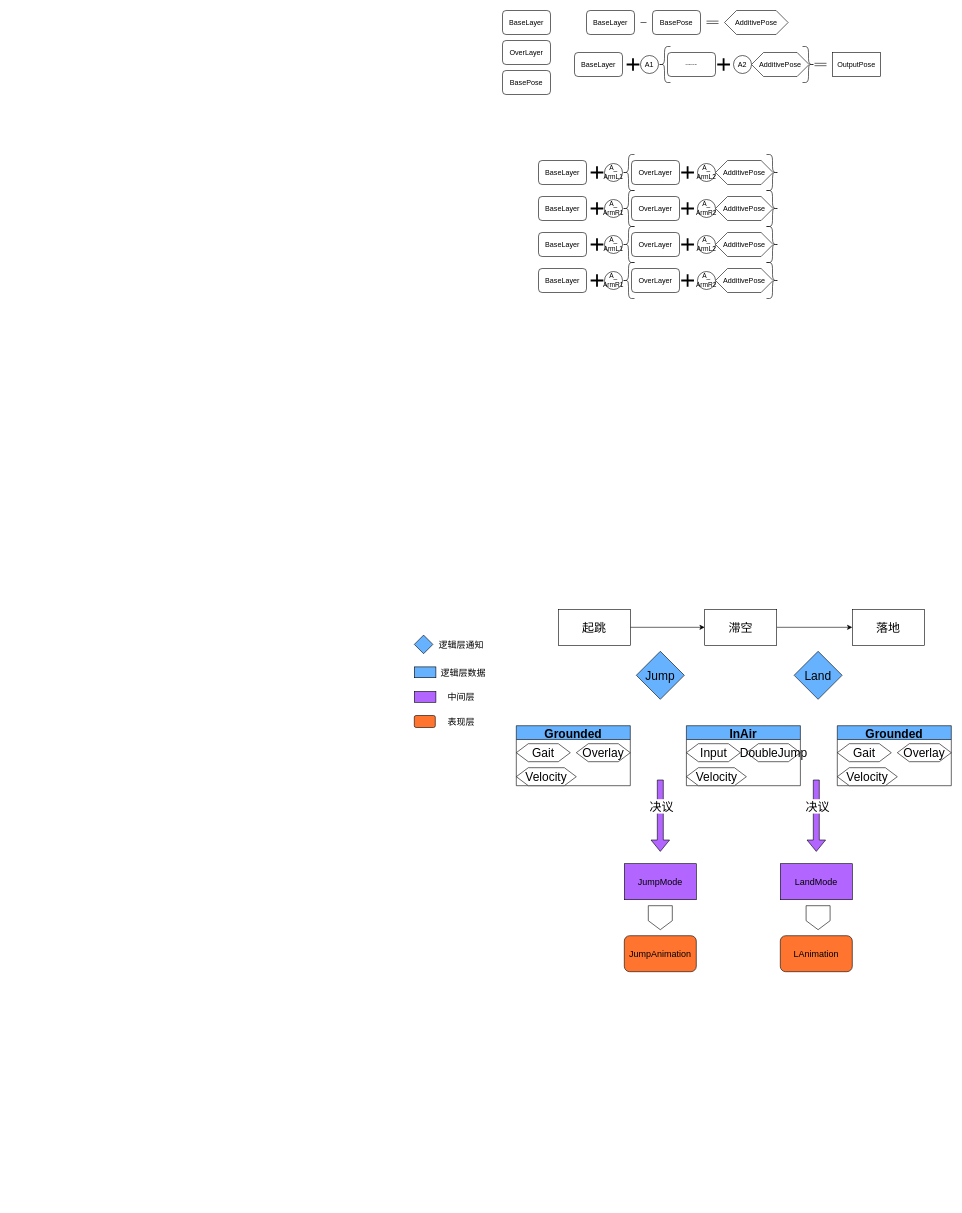
Before: Untitled Diagram.drawio in lruoheng/lqbz, a draw.io diagram. Source tidied: cells renumbered, new cells numbered last; positions are measured from the earlier drawing's top-left corner, leaving out a move shared by most shapes. Both pictures are drawn from the tidied source at 60%, with x=0, y=0 at pixel (414, 10).
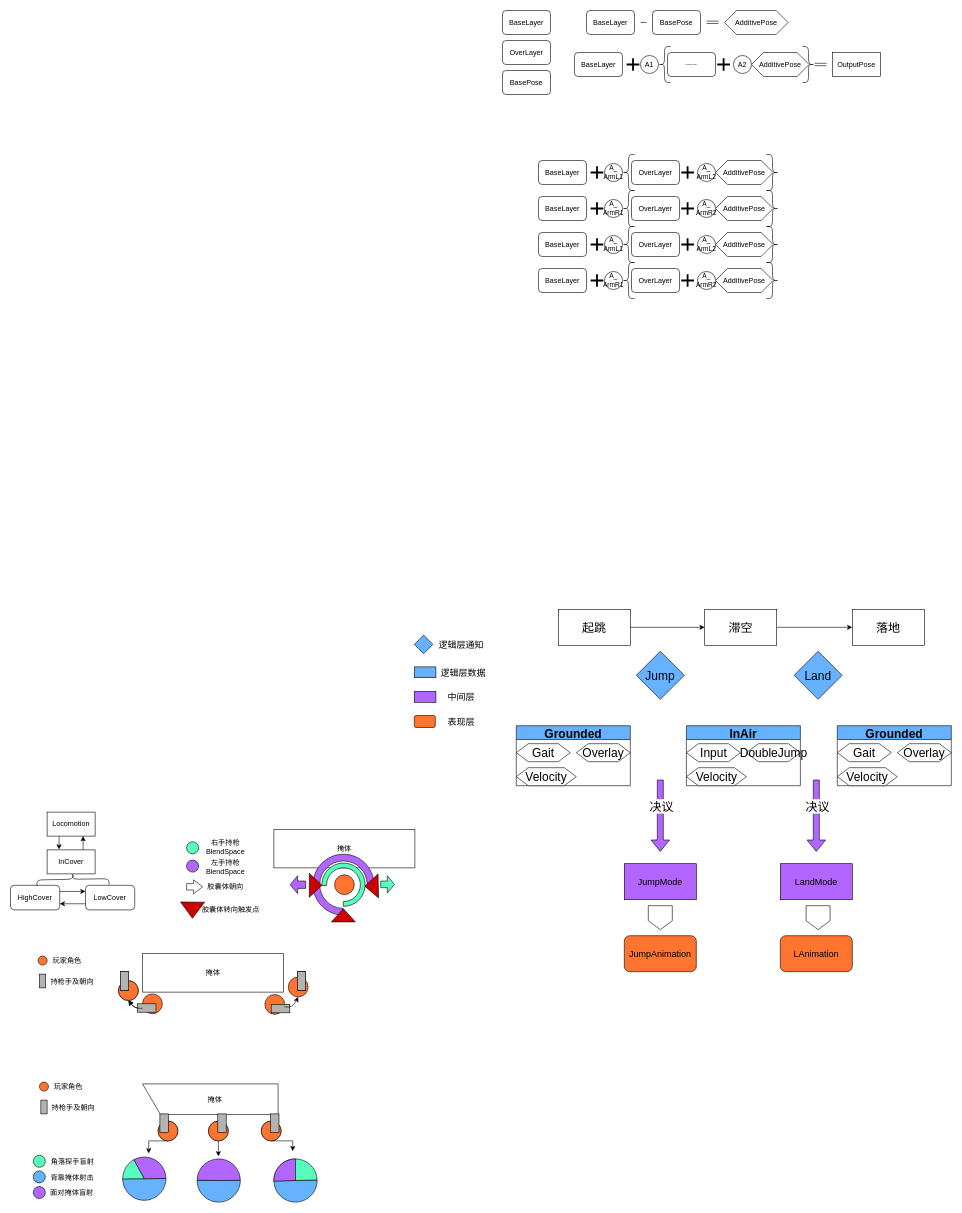
After the change.

The edit, as a diff of the source:
```diff
@@
+    <mxCell id="94" style="shape=manualInput;whiteSpace=wrap;html=1;fillColor=#FFFFFF;rotation=-90;verticalAlign=middle;horizontal=1;" parent="1" vertex="1">
+      <mxGeometry x="-365.5" y="1701.5" width="51" height="226" as="geometry" />
+    </mxCell>
@@
+    <mxCell id="95" style="edgeStyle=orthogonalEdgeStyle;rounded=0;jettySize=auto;html=1;exitX=0.25;exitY=1;exitDx=0;exitDy=0;" parent="1" edge="1" source="96">
+      <mxGeometry relative="1" as="geometry">
+        <mxPoint x="-592.1" y="1398.3" as="targetPoint" />
+      </mxGeometry>
+    </mxCell>
+    <mxCell id="96" value="Locomotion" style="rounded=0;whiteSpace=wrap;html=1;" parent="1" vertex="1">
+      <mxGeometry x="-612" y="1336" width="80" height="40" as="geometry" />
+    </mxCell>
+    <mxCell id="97" style="edgeStyle=orthogonalEdgeStyle;rounded=0;jettySize=auto;html=1;exitX=0.75;exitY=0;exitDx=0;exitDy=0;entryX=0.75;entryY=1;entryDx=0;entryDy=0;" parent="1" edge="1" source="98" target="96">
+      <mxGeometry relative="1" as="geometry" />
+    </mxCell>
+    <mxCell id="98" value="InCover" style="rounded=0;whiteSpace=wrap;html=1;" parent="1" vertex="1">
+      <mxGeometry x="-612" y="1399" width="80" height="40" as="geometry" />
+    </mxCell>
+    <mxCell id="99" style="edgeStyle=orthogonalEdgeStyle;rounded=0;jettySize=auto;html=1;exitX=1;exitY=0.25;exitDx=0;exitDy=0;entryX=0;entryY=0.25;entryDx=0;entryDy=0;" parent="1" edge="1" source="100" target="102">
+      <mxGeometry relative="1" as="geometry" />
+    </mxCell>
+    <mxCell id="100" value="HighCover" style="rounded=1;whiteSpace=wrap;html=1;" parent="1" vertex="1">
+      <mxGeometry x="-673" y="1458" width="82" height="41" as="geometry" />
+    </mxCell>
+    <mxCell id="101" style="edgeStyle=orthogonalEdgeStyle;rounded=0;jettySize=auto;html=1;exitX=0;exitY=0.75;exitDx=0;exitDy=0;entryX=1;entryY=0.75;entryDx=0;entryDy=0;" parent="1" edge="1" source="102" target="100">
+      <mxGeometry relative="1" as="geometry" />
+    </mxCell>
+    <mxCell id="102" value="LowCover" style="rounded=1;whiteSpace=wrap;html=1;" parent="1" vertex="1">
+      <mxGeometry x="-548" y="1458" width="82" height="41" as="geometry" />
+    </mxCell>
+    <mxCell id="103" style="shape=curlyBracket;whiteSpace=wrap;html=1;rounded=1;flipH=1;rotation=-91;" parent="1" vertex="1">
+      <mxGeometry x="-579" y="1388" width="20" height="120" as="geometry" />
+    </mxCell>
+    <mxCell id="104" value="掩体" style="rounded=0;whiteSpace=wrap;html=1;" parent="1" vertex="1">
+      <mxGeometry x="-453" y="1572" width="235" height="64" as="geometry" />
+    </mxCell>
+    <mxCell id="105" style="ellipse;whiteSpace=wrap;html=1;fillColor=#FF742E;" parent="1" vertex="1">
+      <mxGeometry x="-453" y="1639" width="33" height="33" as="geometry" />
+    </mxCell>
+    <mxCell id="106" style="ellipse;whiteSpace=wrap;html=1;" parent="1" vertex="1">
+      <mxGeometry x="-493" y="1617" width="33" height="33" as="geometry" />
+    </mxCell>
+    <mxCell id="107" style="curved=1;endArrow=classic;html=1;rounded=0;exitX=0.009;exitY=0.721;exitDx=0;exitDy=0;entryX=0.5;entryY=1;entryDx=0;entryDy=0;exitPerimeter=0;" parent="1" edge="1" source="105" target="106">
+      <mxGeometry relative="1" as="geometry">
+        <Array as="points">
+          <mxPoint x="-465" y="1665" />
+        </Array>
+      </mxGeometry>
+    </mxCell>
+    <mxCell id="108" style="ellipse;whiteSpace=wrap;html=1;fillColor=#FF742E;" parent="1" vertex="1">
+      <mxGeometry x="-493" y="1617" width="33" height="33" as="geometry" />
+    </mxCell>
+    <mxCell id="109" style="ellipse;whiteSpace=wrap;html=1;fillColor=#FF742E;" parent="1" vertex="1">
+      <mxGeometry x="-210" y="1611" width="33" height="33" as="geometry" />
+    </mxCell>
+    <mxCell id="110" style="ellipse;whiteSpace=wrap;html=1;fillColor=#FF742E;" parent="1" vertex="1">
+      <mxGeometry x="-249" y="1640" width="33" height="33" as="geometry" />
+    </mxCell>
+    <mxCell id="111" style="rounded=0;whiteSpace=wrap;html=1;" parent="1" vertex="1">
+      <mxGeometry x="-490" y="1602" width="14" height="31" as="geometry" />
+    </mxCell>
+    <mxCell id="112" style="rounded=0;whiteSpace=wrap;html=1;rotation=-90;fillColor=#B3B3B3;" parent="1" vertex="1">
+      <mxGeometry x="-453" y="1647" width="14" height="31" as="geometry" />
+    </mxCell>
+    <mxCell id="113" style="curved=1;endArrow=classic;html=1;rounded=0;exitX=0.009;exitY=0.721;exitDx=0;exitDy=0;entryX=0.5;entryY=1;entryDx=0;entryDy=0;exitPerimeter=0;" parent="1" edge="1" target="108">
+      <mxGeometry relative="1" as="geometry">
+        <mxPoint x="-452.7" y="1662.8" as="sourcePoint" />
+        <Array as="points">
+          <mxPoint x="-465" y="1665" />
+        </Array>
+      </mxGeometry>
+    </mxCell>
+    <mxCell id="114" style="rounded=0;whiteSpace=wrap;html=1;fillColor=#B3B3B3;" parent="1" vertex="1">
+      <mxGeometry x="-490" y="1602" width="14" height="31" as="geometry" />
+    </mxCell>
+    <mxCell id="115" style="rounded=0;whiteSpace=wrap;html=1;fillColor=#B3B3B3;" parent="1" vertex="1">
+      <mxGeometry x="-195" y="1602" width="14" height="31" as="geometry" />
+    </mxCell>
+    <mxCell id="116" style="rounded=0;whiteSpace=wrap;html=1;rotation=90;fillColor=#B3B3B3;" parent="1" vertex="1">
+      <mxGeometry x="-230" y="1648" width="14" height="31" as="geometry" />
+    </mxCell>
+    <mxCell id="117" style="curved=1;endArrow=classic;html=1;rounded=0;entryX=0.5;entryY=1;entryDx=0;entryDy=0;" parent="1" edge="1" source="110" target="109">
+      <mxGeometry relative="1" as="geometry">
+        <Array as="points">
+          <mxPoint x="-203" y="1664" />
+        </Array>
+      </mxGeometry>
+    </mxCell>
+    <mxCell id="118" style="ellipse;whiteSpace=wrap;html=1;fillColor=#FF742E;" parent="1" vertex="1">
+      <mxGeometry x="-627" y="1576" width="15" height="15" as="geometry" />
+    </mxCell>
+    <mxCell id="119" value="玩家角色" style="text;html=1;strokeColor=none;fillColor=none;align=center;verticalAlign=middle;whiteSpace=wrap;rounded=0;" parent="1" vertex="1">
+      <mxGeometry x="-612" y="1574" width="67" height="19" as="geometry" />
+    </mxCell>
+    <mxCell id="120" style="rounded=0;whiteSpace=wrap;html=1;fillColor=#B3B3B3;" parent="1" vertex="1">
+      <mxGeometry x="-624.7" y="1606" width="10.4" height="23" as="geometry" />
+    </mxCell>
+    <mxCell id="121" value="持枪手及朝向" style="text;html=1;strokeColor=none;fillColor=none;align=center;verticalAlign=middle;whiteSpace=wrap;rounded=0;" parent="1" vertex="1">
+      <mxGeometry x="-612" y="1609" width="84" height="19" as="geometry" />
+    </mxCell>
+    <mxCell id="122" style="ellipse;whiteSpace=wrap;html=1;" parent="1" vertex="1">
+      <mxGeometry x="-255" y="1851" width="33" height="33" as="geometry" />
+    </mxCell>
+    <mxCell id="123" style="edgeStyle=orthogonalEdgeStyle;rounded=0;jettySize=auto;html=1;exitX=0.5;exitY=1;exitDx=0;exitDy=0;" parent="1" edge="1" source="124">
+      <mxGeometry relative="1" as="geometry">
+        <mxPoint x="-202.6" y="1901.1" as="targetPoint" />
+      </mxGeometry>
+    </mxCell>
+    <mxCell id="124" style="ellipse;whiteSpace=wrap;html=1;fillColor=#FF742E;" parent="1" vertex="1">
+      <mxGeometry x="-255" y="1851" width="33" height="33" as="geometry" />
+    </mxCell>
+    <mxCell id="125" style="rounded=0;whiteSpace=wrap;html=1;fillColor=#B3B3B3;" parent="1" vertex="1">
+      <mxGeometry x="-239.5" y="1839" width="14" height="31" as="geometry" />
+    </mxCell>
+    <mxCell id="126" value="掩体" style="text;html=1;strokeColor=none;fillColor=none;align=center;verticalAlign=middle;whiteSpace=wrap;rounded=0;" parent="1" vertex="1">
+      <mxGeometry x="-362" y="1799.5" width="60" height="30" as="geometry" />
+    </mxCell>
+    <mxCell id="127" style="ellipse;whiteSpace=wrap;html=1;" parent="1" vertex="1">
+      <mxGeometry x="-343" y="1851" width="33" height="33" as="geometry" />
+    </mxCell>
+    <mxCell id="128" style="edgeStyle=orthogonalEdgeStyle;rounded=0;jettySize=auto;html=1;exitX=0.5;exitY=1;exitDx=0;exitDy=0;" parent="1" edge="1" source="129">
+      <mxGeometry relative="1" as="geometry">
+        <mxPoint x="-326.5" y="1909.8" as="targetPoint" />
+      </mxGeometry>
+    </mxCell>
+    <mxCell id="129" style="ellipse;whiteSpace=wrap;html=1;fillColor=#FF742E;" parent="1" vertex="1">
+      <mxGeometry x="-343" y="1851" width="33" height="33" as="geometry" />
+    </mxCell>
+    <mxCell id="130" style="rounded=0;whiteSpace=wrap;html=1;fillColor=#B3B3B3;" parent="1" vertex="1">
+      <mxGeometry x="-327.5" y="1839" width="14" height="31" as="geometry" />
+    </mxCell>
+    <mxCell id="131" style="ellipse;whiteSpace=wrap;html=1;" parent="1" vertex="1">
+      <mxGeometry x="-427" y="1851" width="33" height="33" as="geometry" />
+    </mxCell>
+    <mxCell id="132" style="edgeStyle=orthogonalEdgeStyle;rounded=0;jettySize=auto;html=1;exitX=0.5;exitY=1;exitDx=0;exitDy=0;" parent="1" edge="1" source="133">
+      <mxGeometry relative="1" as="geometry">
+        <mxPoint x="-442.6" y="1904.7" as="targetPoint" />
+      </mxGeometry>
+    </mxCell>
+    <mxCell id="133" style="ellipse;whiteSpace=wrap;html=1;fillColor=#FF742E;" parent="1" vertex="1">
+      <mxGeometry x="-427" y="1851" width="33" height="33" as="geometry" />
+    </mxCell>
+    <mxCell id="134" style="rounded=0;whiteSpace=wrap;html=1;fillColor=#B3B3B3;" parent="1" vertex="1">
+      <mxGeometry x="-424" y="1839" width="14" height="31" as="geometry" />
+    </mxCell>
+    <mxCell id="135" style="verticalLabelPosition=bottom;verticalAlign=top;html=1;shape=mxgraph.basic.pie;startAngle=0.24825111497663815;endAngle=0.75;fillColor=#66B2FF;" parent="1" vertex="1">
+      <mxGeometry x="-486" y="1911" width="72" height="72" as="geometry" />
+    </mxCell>
+    <mxCell id="136" style="verticalLabelPosition=bottom;verticalAlign=top;html=1;shape=mxgraph.basic.pie;startAngle=0.7482701230910935;endAngle=0.9222301462187704;fillColor=#57FFBC;" parent="1" vertex="1">
+      <mxGeometry x="-486" y="1911" width="72" height="72" as="geometry" />
+    </mxCell>
+    <mxCell id="137" style="verticalLabelPosition=bottom;verticalAlign=top;html=1;shape=mxgraph.basic.pie;startAngle=0.9201191086186044;endAngle=0.2484085036175459;fillColor=#B266FF;" parent="1" vertex="1">
+      <mxGeometry x="-486" y="1911" width="72" height="72" as="geometry" />
+    </mxCell>
+    <mxCell id="138" style="verticalLabelPosition=bottom;verticalAlign=top;html=1;shape=mxgraph.basic.pie;startAngle=0.24825111497663815;endAngle=0.75;fillColor=#66B2FF;" parent="1" vertex="1">
+      <mxGeometry x="-362" y="1914" width="72" height="72" as="geometry" />
+    </mxCell>
+    <mxCell id="139" style="verticalLabelPosition=bottom;verticalAlign=top;html=1;shape=mxgraph.basic.pie;startAngle=0.7516075710155771;endAngle=0.2484085036175459;fillColor=#B266FF;" parent="1" vertex="1">
+      <mxGeometry x="-362" y="1914" width="72" height="72" as="geometry" />
+    </mxCell>
+    <mxCell id="140" style="verticalLabelPosition=bottom;verticalAlign=top;html=1;shape=mxgraph.basic.pie;startAngle=0.24825111497663815;endAngle=0.75;fillColor=#66B2FF;" parent="1" vertex="1">
+      <mxGeometry x="-234" y="1914" width="72" height="72" as="geometry" />
+    </mxCell>
+    <mxCell id="141" style="verticalLabelPosition=bottom;verticalAlign=top;html=1;shape=mxgraph.basic.pie;startAngle=0.7482701230910935;endAngle=0.24638346479839202;fillColor=#57FFBC;" parent="1" vertex="1">
+      <mxGeometry x="-234" y="1914" width="72" height="72" as="geometry" />
+    </mxCell>
+    <mxCell id="142" style="verticalLabelPosition=bottom;verticalAlign=top;html=1;shape=mxgraph.basic.pie;startAngle=0.7446372571078694;endAngle=0;fillColor=#B266FF;" parent="1" vertex="1">
+      <mxGeometry x="-234" y="1914" width="72" height="72" as="geometry" />
+    </mxCell>
+    <mxCell id="143" style="ellipse;whiteSpace=wrap;html=1;fillColor=#FF742E;" parent="1" vertex="1">
+      <mxGeometry x="-624.7" y="1786" width="15" height="15" as="geometry" />
+    </mxCell>
+    <mxCell id="144" value="玩家角色" style="text;html=1;strokeColor=none;fillColor=none;align=center;verticalAlign=middle;whiteSpace=wrap;rounded=0;" parent="1" vertex="1">
+      <mxGeometry x="-609.7" y="1784" width="67" height="19" as="geometry" />
+    </mxCell>
+    <mxCell id="145" style="rounded=0;whiteSpace=wrap;html=1;fillColor=#B3B3B3;" parent="1" vertex="1">
+      <mxGeometry x="-622.4" y="1816" width="10.4" height="23" as="geometry" />
+    </mxCell>
+    <mxCell id="146" value="持枪手及朝向" style="text;html=1;strokeColor=none;fillColor=none;align=center;verticalAlign=middle;whiteSpace=wrap;rounded=0;" parent="1" vertex="1">
+      <mxGeometry x="-609.7" y="1819" width="84" height="19" as="geometry" />
+    </mxCell>
+    <mxCell id="147" style="ellipse;whiteSpace=wrap;html=1;fillColor=#57FFBC;" parent="1" vertex="1">
+      <mxGeometry x="-635" y="1908" width="20" height="20" as="geometry" />
+    </mxCell>
+    <mxCell id="148" value="角落探手盲射" style="text;html=1;strokeColor=none;fillColor=none;align=center;verticalAlign=middle;whiteSpace=wrap;rounded=0;" parent="1" vertex="1">
+      <mxGeometry x="-612.5" y="1909" width="84.5" height="19" as="geometry" />
+    </mxCell>
+    <mxCell id="149" style="ellipse;whiteSpace=wrap;html=1;fillColor=#66B2FF;" parent="1" vertex="1">
+      <mxGeometry x="-635" y="1934" width="20" height="20" as="geometry" />
+    </mxCell>
+    <mxCell id="150" value="背靠掩体射击" style="text;html=1;strokeColor=none;fillColor=none;align=center;verticalAlign=middle;whiteSpace=wrap;rounded=0;" parent="1" vertex="1">
+      <mxGeometry x="-612.5" y="1935" width="83.5" height="19" as="geometry" />
+    </mxCell>
+    <mxCell id="151" style="ellipse;whiteSpace=wrap;html=1;fillColor=#B266FF;" parent="1" vertex="1">
+      <mxGeometry x="-635" y="1960" width="20" height="20" as="geometry" />
+    </mxCell>
+    <mxCell id="152" value="面对掩体盲射" style="text;html=1;strokeColor=none;fillColor=none;align=center;verticalAlign=middle;whiteSpace=wrap;rounded=0;" parent="1" vertex="1">
+      <mxGeometry x="-612.5" y="1961" width="82.5" height="19" as="geometry" />
+    </mxCell>
+    <mxCell id="153" value="掩体" style="rounded=0;whiteSpace=wrap;html=1;" parent="1" vertex="1">
+      <mxGeometry x="-234" y="1365" width="235" height="64" as="geometry" />
+    </mxCell>
+    <mxCell id="154" style="ellipse;whiteSpace=wrap;html=1;fillColor=#FF742E;" parent="1" vertex="1">
+      <mxGeometry x="-133" y="1440.5" width="33" height="33" as="geometry" />
+    </mxCell>
+    <mxCell id="155" style="rounded=0;whiteSpace=wrap;html=1;fillColor=#B3B3B3;" parent="1" vertex="1">
+      <mxGeometry x="-195" y="1602" width="14" height="31" as="geometry" />
+    </mxCell>
+    <mxCell id="156" style="verticalLabelPosition=bottom;verticalAlign=top;html=1;shape=mxgraph.basic.partConcEllipse;startAngle=0.5031826745504864;endAngle=0.24834219596880786;arcWidth=0.22;fillColor=#B266FF;" parent="1" vertex="1">
+      <mxGeometry x="-168.8" y="1406.2" width="101.5" height="101.5" as="geometry" />
+    </mxCell>
+    <mxCell id="157" style="html=1;shadow=0;dashed=0;align=center;verticalAlign=middle;shape=mxgraph.arrows2.arrow;dy=0.59;dx=12.63;flipH=1;notch=0;fillColor=#B266FF;" parent="1" vertex="1">
+      <mxGeometry x="-207" y="1442" width="26" height="30" as="geometry" />
+    </mxCell>
+    <mxCell id="158" style="shape=singleArrow;whiteSpace=wrap;html=1;arrowWidth=0.3808976943370971;arrowSize=0.5217354701555534;fillColor=#57FFBC;shadow=0;dashed=0;" parent="1" vertex="1">
+      <mxGeometry x="-56" y="1442" width="23" height="29" as="geometry" />
+    </mxCell>
+    <mxCell id="159" style="verticalLabelPosition=bottom;verticalAlign=top;html=1;shape=mxgraph.basic.partConcEllipse;startAngle=0.24308457521666904;endAngle=0.0015914963824541276;arcWidth=0.22;fillColor=#57FFBC;rotation=-180;" parent="1" vertex="1">
+      <mxGeometry x="-154" y="1421" width="72" height="72" as="geometry" />
+    </mxCell>
+    <mxCell id="160" style="ellipse;whiteSpace=wrap;html=1;fillColor=#57FFBC;" parent="1" vertex="1">
+      <mxGeometry x="-379.5" y="1385.5" width="20" height="20" as="geometry" />
+    </mxCell>
+    <mxCell id="161" value="右手持枪BlendSpace" style="text;html=1;strokeColor=none;fillColor=none;align=center;verticalAlign=middle;whiteSpace=wrap;rounded=0;" parent="1" vertex="1">
+      <mxGeometry x="-357" y="1385.5" width="84.5" height="19" as="geometry" />
+    </mxCell>
+    <mxCell id="162" style="ellipse;whiteSpace=wrap;html=1;fillColor=#B266FF;" parent="1" vertex="1">
+      <mxGeometry x="-379.5" y="1416" width="20" height="20" as="geometry" />
+    </mxCell>
+    <mxCell id="163" value="左手持枪&lt;br&gt;BlendSpace" style="text;html=1;strokeColor=none;fillColor=none;align=center;verticalAlign=middle;whiteSpace=wrap;rounded=0;" parent="1" vertex="1">
+      <mxGeometry x="-357" y="1417" width="84.5" height="19" as="geometry" />
+    </mxCell>
+    <mxCell id="164" style="html=1;shadow=0;dashed=0;align=center;verticalAlign=middle;shape=mxgraph.arrows2.arrow;dy=0.54;dx=15.09;notch=0;fillColor=#FFFFFF;" parent="1" vertex="1">
+      <mxGeometry x="-379.5" y="1449" width="26.7" height="23" as="geometry" />
+    </mxCell>
+    <mxCell id="165" value="胶囊体朝向" style="text;html=1;strokeColor=none;fillColor=none;align=center;verticalAlign=middle;whiteSpace=wrap;rounded=0;" parent="1" vertex="1">
+      <mxGeometry x="-357" y="1451" width="84.5" height="19" as="geometry" />
+    </mxCell>
+    <mxCell id="166" style="shape=mxgraph.arrows2.wedgeArrow;html=1;fillColor=#CC0000;rounded=0;" parent="1" edge="1">
+      <mxGeometry relative="1" as="geometry">
+        <mxPoint x="-369.5" y="1486" as="sourcePoint" />
+        <mxPoint x="-369.8" y="1513" as="targetPoint" />
+      </mxGeometry>
+    </mxCell>
+    <mxCell id="167" value="胶囊体转向触发点" style="text;html=1;strokeColor=none;fillColor=none;align=center;verticalAlign=middle;whiteSpace=wrap;rounded=0;" parent="1" vertex="1">
+      <mxGeometry x="-357" y="1489" width="103" height="19" as="geometry" />
+    </mxCell>
+    <mxCell id="168" style="shape=mxgraph.arrows2.wedgeArrow;html=1;fillColor=#CC0000;rounded=0;" parent="1" edge="1">
+      <mxGeometry relative="1" as="geometry">
+        <mxPoint x="-175" y="1458" as="sourcePoint" />
+        <mxPoint x="-154" y="1458" as="targetPoint" />
+      </mxGeometry>
+    </mxCell>
+    <mxCell id="169" style="shape=mxgraph.arrows2.wedgeArrow;html=1;fillColor=#CC0000;rounded=0;" parent="1" edge="1">
+      <mxGeometry relative="1" as="geometry">
+        <mxPoint x="-118.2" y="1519" as="sourcePoint" />
+        <mxPoint x="-118.2" y="1497" as="targetPoint" />
+      </mxGeometry>
+    </mxCell>
+    <mxCell id="170" style="shape=mxgraph.arrows2.wedgeArrow;html=1;fillColor=#CC0000;rounded=0;entryX=0.007;entryY=0.465;entryDx=0;entryDy=0;entryPerimeter=0;" parent="1" edge="1" target="159">
+      <mxGeometry relative="1" as="geometry">
+        <mxPoint x="-60" y="1459" as="sourcePoint" />
+      </mxGeometry>
+    </mxCell>
```
